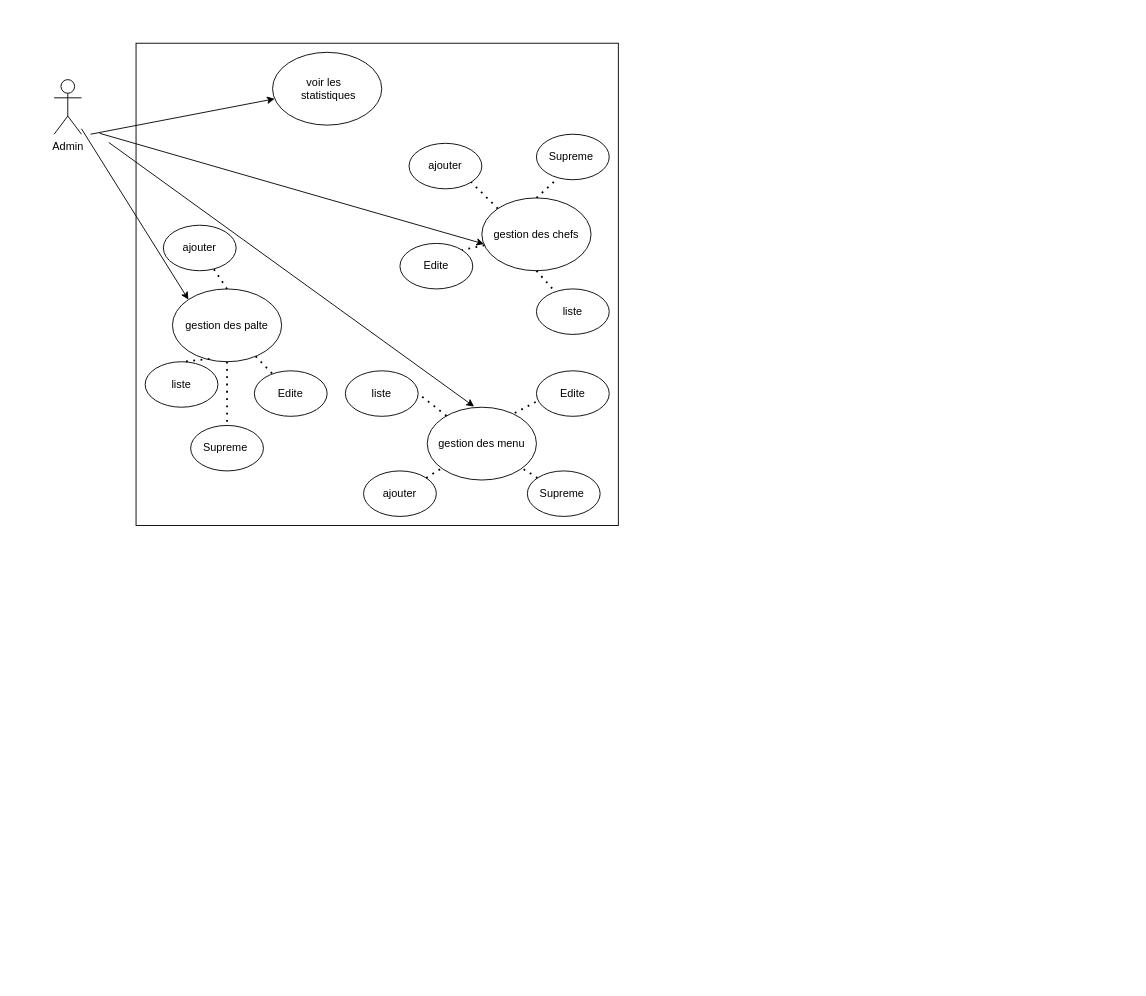
This is database/uml(usecase).drawio from Fiharali/Innovations-Gestion-de-contenu, a draw.io file, before an edit. Source tidied: cells renumbered, new cells numbered last; positions are measured from the earlier drawing's top-left corner, leaving out a move shared by most shapes. Both pictures are drawn from the tidied source at 91%, with x=0, y=0 at pixel (54, 43).
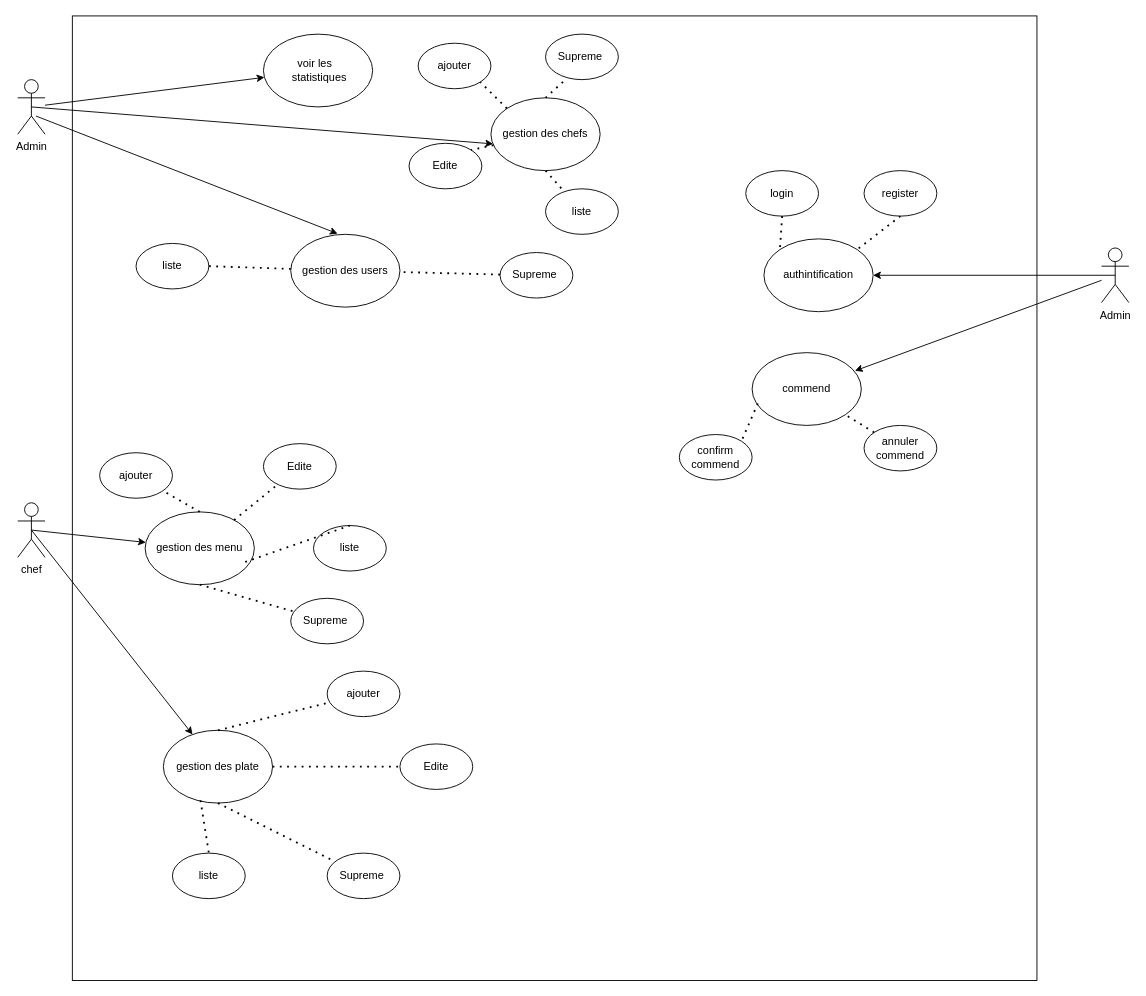
After the change.

What changed in the source:
```diff
@@
     <mxCell id="2" style="whiteSpace=wrap;html=1;" parent="1" vertex="1">
-      <mxGeometry x="90" width="530" height="530" as="geometry" />
+      <mxGeometry x="20" y="-30" width="1060" height="1060" as="geometry" />
     </mxCell>
     <mxCell id="3" value="Admin" style="shape=umlActor;verticalLabelPosition=bottom;verticalAlign=top;html=1;outlineConnect=0;" parent="1" vertex="1">
-      <mxGeometry y="40" width="30" height="60" as="geometry" />
+      <mxGeometry x="-40" y="40" width="30" height="60" as="geometry" />
     </mxCell>
     <mxCell id="4" value="voir les&amp;nbsp;&amp;nbsp;&lt;br&gt;&amp;nbsp;statistiques" style="ellipse;whiteSpace=wrap;html=1;" parent="1" vertex="1">
-      <mxGeometry x="240" y="10" width="120" height="80" as="geometry" />
+      <mxGeometry x="230" y="-10" width="120" height="80" as="geometry" />
     </mxCell>
-    <mxCell id="5" value="gestion des palte" style="ellipse;whiteSpace=wrap;html=1;" parent="1" vertex="1">
-      <mxGeometry x="130" y="270" width="120" height="80" as="geometry" />
+    <mxCell id="5" value="gestion des menu" style="ellipse;whiteSpace=wrap;html=1;" parent="1" vertex="1">
+      <mxGeometry x="100" y="515" width="120" height="80" as="geometry" />
     </mxCell>
     <mxCell id="6" value="gestion des chefs" style="ellipse;whiteSpace=wrap;html=1;" parent="1" vertex="1">
-      <mxGeometry x="470" y="170" width="120" height="80" as="geometry" />
+      <mxGeometry x="480" y="60" width="120" height="80" as="geometry" />
     </mxCell>
-    <mxCell id="7" style="endArrow=classic;html=1;rounded=0;entryX=0;entryY=0;entryDx=0;entryDy=0;" parent="1" edge="1" source="3" target="5">
-      <mxGeometry relative="1" as="geometry" />
-    </mxCell>
-    <mxCell id="8" style="endArrow=classic;html=1;rounded=0;" parent="1" edge="1" target="4">
-      <mxGeometry relative="1" as="geometry">
-        <mxPoint x="40" y="100" as="sourcePoint" />
-      </mxGeometry>
+    <mxCell id="8" style="endArrow=classic;html=1;rounded=0;" parent="1" edge="1" source="3" target="4">
+      <mxGeometry relative="1" as="geometry" />
     </mxCell>
-    <mxCell id="9" style="endArrow=classic;html=1;rounded=0;entryX=0.02;entryY=0.633;entryDx=0;entryDy=0;entryPerimeter=0;" parent="1" edge="1" target="6">
-      <mxGeometry relative="1" as="geometry">
-        <mxPoint x="50" y="99" as="sourcePoint" />
-      </mxGeometry>
+    <mxCell id="9" style="endArrow=classic;html=1;rounded=0;entryX=0.02;entryY=0.633;entryDx=0;entryDy=0;entryPerimeter=0;exitX=0.5;exitY=0.5;exitDx=0;exitDy=0;exitPerimeter=0;" parent="1" edge="1" source="3" target="6">
+      <mxGeometry relative="1" as="geometry" />
     </mxCell>
-    <mxCell id="10" value="gestion des menu" style="ellipse;whiteSpace=wrap;html=1;" parent="1" vertex="1">
-      <mxGeometry x="410" y="400" width="120" height="80" as="geometry" />
+    <mxCell id="10" value="gestion des users" style="ellipse;whiteSpace=wrap;html=1;" parent="1" vertex="1">
+      <mxGeometry x="260" y="210" width="120" height="80" as="geometry" />
     </mxCell>
     <mxCell id="11" style="endArrow=classic;html=1;rounded=0;entryX=0.429;entryY=-0.009;entryDx=0;entryDy=0;entryPerimeter=0;" parent="1" edge="1" target="10">
       <mxGeometry relative="1" as="geometry">
-        <mxPoint x="60" y="109" as="sourcePoint" />
+        <mxPoint x="-20" y="80" as="sourcePoint" />
       </mxGeometry>
     </mxCell>
-    <mxCell id="12" value="ajouter" style="ellipse;whiteSpace=wrap;html=1;" parent="1" vertex="1">
-      <mxGeometry x="340" y="470" width="80" height="50" as="geometry" />
-    </mxCell>
     <mxCell id="13" value="liste" style="ellipse;whiteSpace=wrap;html=1;" parent="1" vertex="1">
-      <mxGeometry x="320" y="360" width="80" height="50" as="geometry" />
+      <mxGeometry x="90" y="220" width="80" height="50" as="geometry" />
     </mxCell>
     <mxCell id="14" value="Supreme&amp;nbsp;" style="ellipse;whiteSpace=wrap;html=1;" parent="1" vertex="1">
-      <mxGeometry x="520" y="470" width="80" height="50" as="geometry" />
+      <mxGeometry x="490" y="230" width="80" height="50" as="geometry" />
     </mxCell>
-    <mxCell id="15" value="Edite" style="ellipse;whiteSpace=wrap;html=1;" parent="1" vertex="1">
-      <mxGeometry x="530" y="360" width="80" height="50" as="geometry" />
-    </mxCell>
     <mxCell id="16" value="liste" style="ellipse;whiteSpace=wrap;html=1;" parent="1" vertex="1">
-      <mxGeometry x="100" y="350" width="80" height="50" as="geometry" />
+      <mxGeometry x="285" y="530" width="80" height="50" as="geometry" />
     </mxCell>
     <mxCell id="17" value="Edite" style="ellipse;whiteSpace=wrap;html=1;" parent="1" vertex="1">
-      <mxGeometry x="220" y="360" width="80" height="50" as="geometry" />
+      <mxGeometry x="230" y="440" width="80" height="50" as="geometry" />
     </mxCell>
     <mxCell id="18" value="ajouter" style="ellipse;whiteSpace=wrap;html=1;" parent="1" vertex="1">
-      <mxGeometry x="120" y="200" width="80" height="50" as="geometry" />
+      <mxGeometry x="50" y="450" width="80" height="50" as="geometry" />
     </mxCell>
     <mxCell id="19" value="Supreme&amp;nbsp;" style="ellipse;whiteSpace=wrap;html=1;" parent="1" vertex="1">
-      <mxGeometry x="150" y="420" width="80" height="50" as="geometry" />
+      <mxGeometry x="260" y="610" width="80" height="50" as="geometry" />
     </mxCell>
     <mxCell id="20" value="Edite" style="ellipse;whiteSpace=wrap;html=1;" parent="1" vertex="1">
-      <mxGeometry x="380" y="220" width="80" height="50" as="geometry" />
+      <mxGeometry x="390" y="110" width="80" height="50" as="geometry" />
     </mxCell>
     <mxCell id="21" value="liste" style="ellipse;whiteSpace=wrap;html=1;" parent="1" vertex="1">
-      <mxGeometry x="530" y="270" width="80" height="50" as="geometry" />
+      <mxGeometry x="540" y="160" width="80" height="50" as="geometry" />
     </mxCell>
     <mxCell id="22" value="ajouter" style="ellipse;whiteSpace=wrap;html=1;" parent="1" vertex="1">
-      <mxGeometry x="390" y="110" width="80" height="50" as="geometry" />
+      <mxGeometry x="400" width="80" height="50" as="geometry" />
     </mxCell>
     <mxCell id="23" value="Supreme&amp;nbsp;" style="ellipse;whiteSpace=wrap;html=1;" parent="1" vertex="1">
-      <mxGeometry x="530" y="100" width="80" height="50" as="geometry" />
+      <mxGeometry x="540" y="-10" width="80" height="50" as="geometry" />
     </mxCell>
@@
-    <mxCell id="30" style="endArrow=none;dashed=1;html=1;dashPattern=1 3;strokeWidth=2;rounded=0;exitX=0.34;exitY=0.962;exitDx=0;exitDy=0;exitPerimeter=0;entryX=0.5;entryY=0;entryDx=0;entryDy=0;" parent="1" edge="1" source="5" target="16">
-      <mxGeometry relative="1" as="geometry" />
+    <mxCell id="30" style="endArrow=none;dashed=1;html=1;dashPattern=1 3;strokeWidth=2;rounded=0;entryX=0.5;entryY=0;entryDx=0;entryDy=0;" parent="1" edge="1" target="16">
+      <mxGeometry relative="1" as="geometry">
+        <mxPoint x="210" y="570" as="sourcePoint" />
+      </mxGeometry>
     </mxCell>
@@
-    <mxCell id="33" style="endArrow=none;dashed=1;html=1;dashPattern=1 3;strokeWidth=2;rounded=0;exitX=-0.01;exitY=0.684;exitDx=0;exitDy=0;exitPerimeter=0;entryX=0.767;entryY=0.107;entryDx=0;entryDy=0;entryPerimeter=0;" parent="1" edge="1" source="15" target="10">
-      <mxGeometry relative="1" as="geometry" />
-    </mxCell>
-    <mxCell id="34" style="endArrow=none;dashed=1;html=1;dashPattern=1 3;strokeWidth=2;rounded=0;" parent="1" edge="1" source="12" target="10">
-      <mxGeometry relative="1" as="geometry" />
-    </mxCell>
@@
+    <mxCell id="36" value="chef" style="shape=umlActor;verticalLabelPosition=bottom;verticalAlign=top;html=1;outlineConnect=0;" parent="1" vertex="1">
+      <mxGeometry x="-40" y="505" width="30" height="60" as="geometry" />
+    </mxCell>
+    <mxCell id="12" value="ajouter" style="ellipse;whiteSpace=wrap;html=1;" parent="1" vertex="1">
+      <mxGeometry x="300" y="690" width="80" height="50" as="geometry" />
+    </mxCell>
+    <mxCell id="37" value="gestion des plate" style="ellipse;whiteSpace=wrap;html=1;" parent="1" vertex="1">
+      <mxGeometry x="120" y="755" width="120" height="80" as="geometry" />
+    </mxCell>
+    <mxCell id="38" value="liste" style="ellipse;whiteSpace=wrap;html=1;" parent="1" vertex="1">
+      <mxGeometry x="130" y="890" width="80" height="50" as="geometry" />
+    </mxCell>
+    <mxCell id="39" value="Supreme&amp;nbsp;" style="ellipse;whiteSpace=wrap;html=1;" parent="1" vertex="1">
+      <mxGeometry x="300" y="890" width="80" height="50" as="geometry" />
+    </mxCell>
+    <mxCell id="15" value="Edite" style="ellipse;whiteSpace=wrap;html=1;" parent="1" vertex="1">
+      <mxGeometry x="380" y="770" width="80" height="50" as="geometry" />
+    </mxCell>
+    <mxCell id="40" style="endArrow=none;dashed=1;html=1;dashPattern=1 3;strokeWidth=2;rounded=0;exitX=0.5;exitY=1;exitDx=0;exitDy=0;" parent="1" edge="1" source="37" target="39">
+      <mxGeometry relative="1" as="geometry" />
+    </mxCell>
+    <mxCell id="41" style="endArrow=none;dashed=1;html=1;dashPattern=1 3;strokeWidth=2;rounded=0;exitX=0.34;exitY=0.962;exitDx=0;exitDy=0;exitPerimeter=0;entryX=0.5;entryY=0;entryDx=0;entryDy=0;" parent="1" edge="1" source="37" target="38">
+      <mxGeometry relative="1" as="geometry" />
+    </mxCell>
+    <mxCell id="42" style="endArrow=none;dashed=1;html=1;dashPattern=1 3;strokeWidth=2;rounded=0;exitX=0.5;exitY=0;exitDx=0;exitDy=0;" parent="1" edge="1" source="37" target="12">
+      <mxGeometry relative="1" as="geometry" />
+    </mxCell>
+    <mxCell id="43" style="endArrow=none;dashed=1;html=1;dashPattern=1 3;strokeWidth=2;rounded=0;" parent="1" edge="1" source="37" target="15">
+      <mxGeometry relative="1" as="geometry" />
+    </mxCell>
+    <mxCell id="44" style="endArrow=classic;html=1;rounded=0;exitX=0.5;exitY=0.5;exitDx=0;exitDy=0;exitPerimeter=0;" parent="1" edge="1" source="36" target="5">
+      <mxGeometry relative="1" as="geometry" />
+    </mxCell>
+    <mxCell id="45" style="endArrow=classic;html=1;rounded=0;exitX=0.5;exitY=0.5;exitDx=0;exitDy=0;exitPerimeter=0;" parent="1" edge="1" source="36" target="37">
+      <mxGeometry relative="1" as="geometry" />
+    </mxCell>
+    <mxCell id="46" value="Admin" style="shape=umlActor;verticalLabelPosition=bottom;verticalAlign=top;html=1;outlineConnect=0;" parent="1" vertex="1">
+      <mxGeometry x="1151" y="225" width="30" height="60" as="geometry" />
+    </mxCell>
+    <mxCell id="47" value="authintification" style="ellipse;whiteSpace=wrap;html=1;" parent="1" vertex="1">
+      <mxGeometry x="780" y="215" width="120" height="80" as="geometry" />
+    </mxCell>
+    <mxCell id="48" value="login" style="ellipse;whiteSpace=wrap;html=1;" parent="1" vertex="1">
+      <mxGeometry x="760" y="140" width="80" height="50" as="geometry" />
+    </mxCell>
+    <mxCell id="49" value="register" style="ellipse;whiteSpace=wrap;html=1;" parent="1" vertex="1">
+      <mxGeometry x="890" y="140" width="80" height="50" as="geometry" />
+    </mxCell>
+    <mxCell id="50" style="endArrow=none;dashed=1;html=1;dashPattern=1 3;strokeWidth=2;rounded=0;entryX=0;entryY=0;entryDx=0;entryDy=0;exitX=0.5;exitY=1;exitDx=0;exitDy=0;" parent="1" edge="1" source="48" target="47">
+      <mxGeometry relative="1" as="geometry" />
+    </mxCell>
+    <mxCell id="51" style="endArrow=none;dashed=1;html=1;dashPattern=1 3;strokeWidth=2;rounded=0;entryX=1;entryY=0;entryDx=0;entryDy=0;exitX=0.5;exitY=1;exitDx=0;exitDy=0;" parent="1" edge="1" source="49" target="47">
+      <mxGeometry relative="1" as="geometry" />
+    </mxCell>
+    <mxCell id="52" value="commend" style="ellipse;whiteSpace=wrap;html=1;" parent="1" vertex="1">
+      <mxGeometry x="767" y="340" width="120" height="80" as="geometry" />
+    </mxCell>
+    <mxCell id="53" value="annuler commend" style="ellipse;whiteSpace=wrap;html=1;" parent="1" vertex="1">
+      <mxGeometry x="890" y="420" width="80" height="50" as="geometry" />
+    </mxCell>
+    <mxCell id="54" value="confirm commend" style="ellipse;whiteSpace=wrap;html=1;" parent="1" vertex="1">
+      <mxGeometry x="687" y="430" width="80" height="50" as="geometry" />
+    </mxCell>
+    <mxCell id="55" style="endArrow=none;dashed=1;html=1;dashPattern=1 3;strokeWidth=2;rounded=0;entryX=1;entryY=1;entryDx=0;entryDy=0;" parent="1" edge="1" source="53" target="52">
+      <mxGeometry relative="1" as="geometry" />
+    </mxCell>
+    <mxCell id="56" style="endArrow=none;dashed=1;html=1;dashPattern=1 3;strokeWidth=2;rounded=0;entryX=1;entryY=0;entryDx=0;entryDy=0;exitX=0.052;exitY=0.699;exitDx=0;exitDy=0;exitPerimeter=0;" parent="1" edge="1" source="52" target="54">
+      <mxGeometry relative="1" as="geometry" />
+    </mxCell>
+    <mxCell id="57" style="endArrow=classic;html=1;rounded=0;" parent="1" edge="1" source="46">
+      <mxGeometry relative="1" as="geometry">
+        <mxPoint x="880" y="360" as="targetPoint" />
+      </mxGeometry>
+    </mxCell>
+    <mxCell id="58" style="endArrow=classic;html=1;rounded=0;entryX=1;entryY=0.5;entryDx=0;entryDy=0;exitX=0.5;exitY=0.5;exitDx=0;exitDy=0;exitPerimeter=0;" parent="1" edge="1" source="46" target="47">
+      <mxGeometry relative="1" as="geometry" />
+    </mxCell>
```
